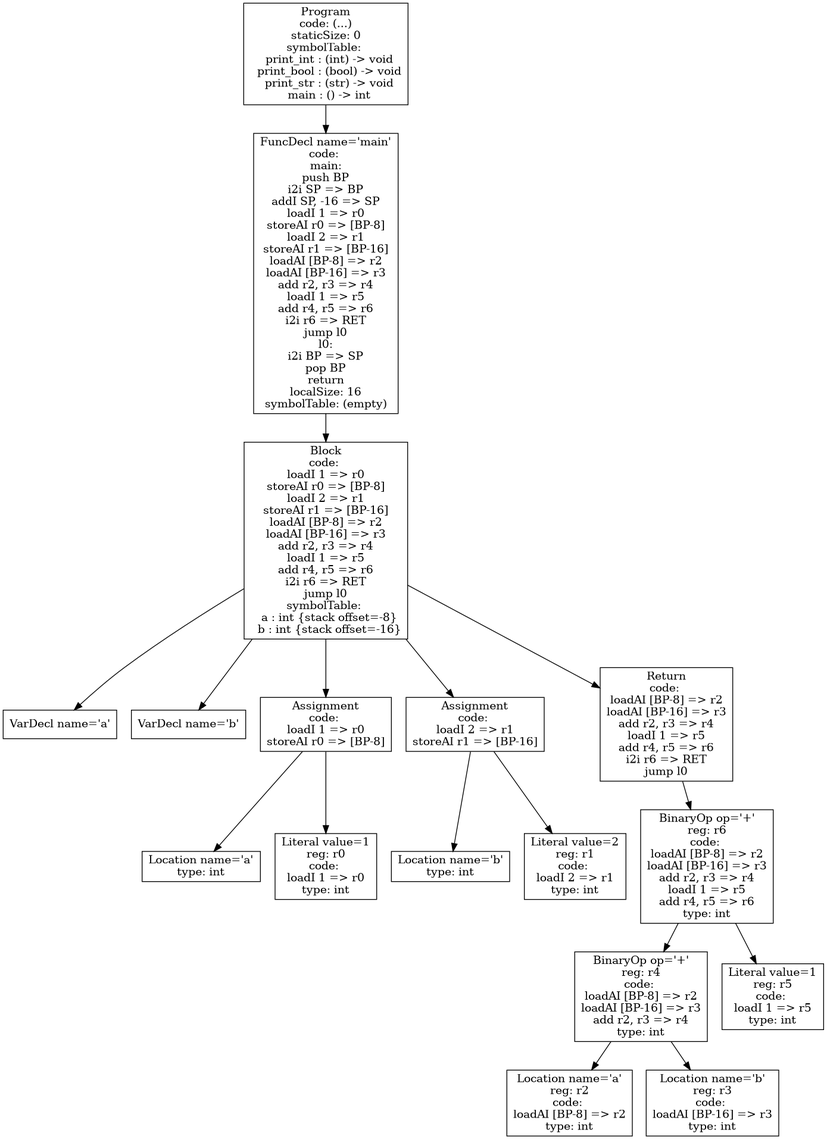
The Graphviz diagram p4-codegen/iloc-tree.png in atrim11/CS432, before a commit. Its source is kept beside it as p4-codegen/iloc-tree.dot.
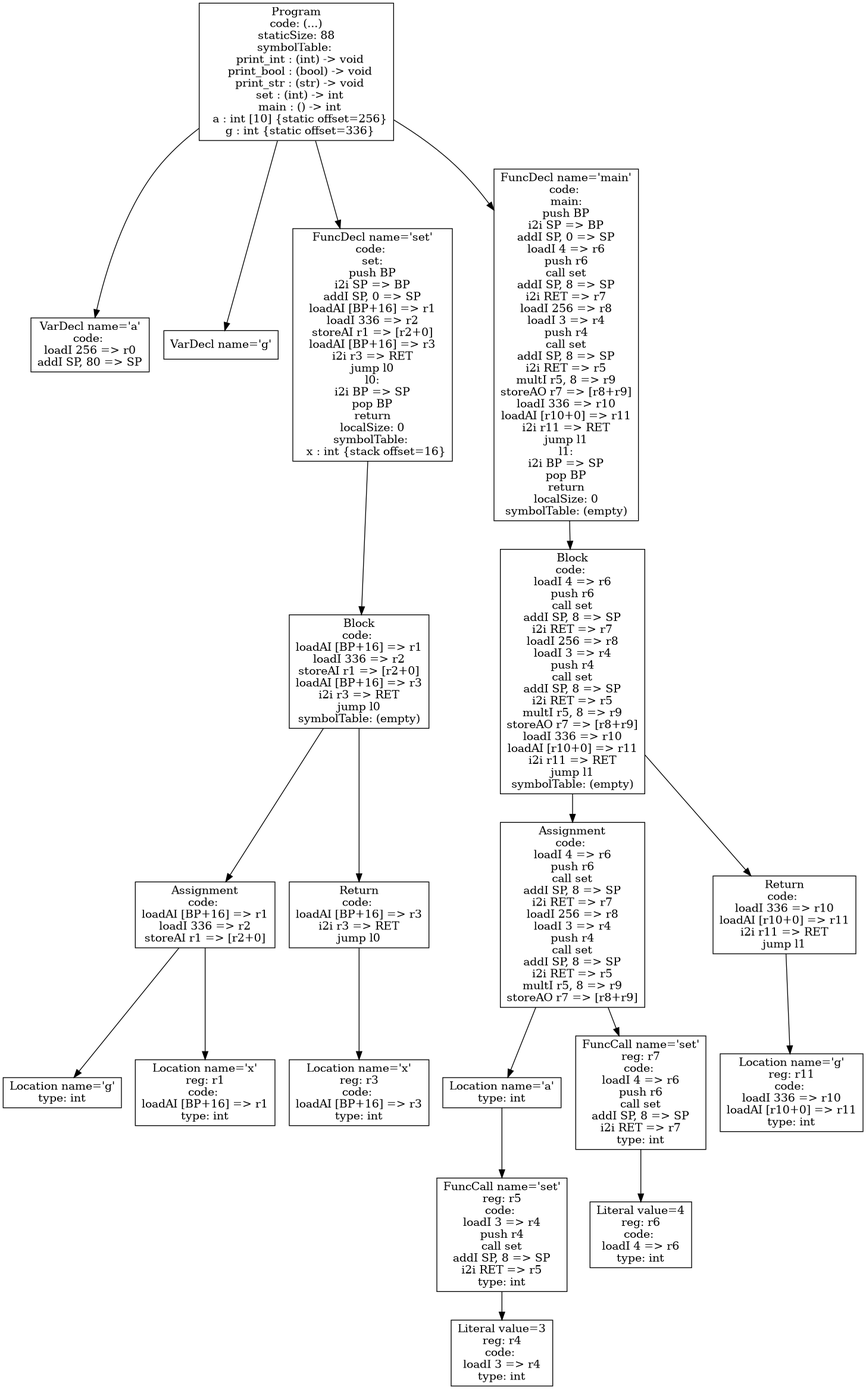
After the change.

Change to the diagram source:
```diff
@@ -1,35 +1,41 @@
 digraph AST {
-3 [shape=box, label="VarDecl name='a'"];
-4 [shape=box, label="VarDecl name='b'"];
-6 [shape=box, label="Location name='a'\ntype: int"];
-7 [shape=box, label="Literal value=1\nreg: r0\ncode: \nloadI 1 => r0\ntype: int"];
-5 [shape=box, label="Assignment\ncode: \nloadI 1 => r0\nstoreAI r0 => [BP-8]"];
+1 [shape=box, label="VarDecl name='a'\ncode: \nloadI 256 => r0\naddI SP, 80 => SP"];
+2 [shape=box, label="VarDecl name='g'"];
+6 [shape=box, label="Location name='g'\ntype: int"];
+7 [shape=box, label="Location name='x'\nreg: r1\ncode: \nloadAI [BP+16] => r1\ntype: int"];
+5 [shape=box, label="Assignment\ncode: \nloadAI [BP+16] => r1\nloadI 336 => r2\nstoreAI r1 => [r2+0]"];
 5 -> 6;
 5 -> 7;
-9 [shape=box, label="Location name='b'\ntype: int"];
-10 [shape=box, label="Literal value=2\nreg: r1\ncode: \nloadI 2 => r1\ntype: int"];
-8 [shape=box, label="Assignment\ncode: \nloadI 2 => r1\nstoreAI r1 => [BP-16]"];
+9 [shape=box, label="Location name='x'\nreg: r3\ncode: \nloadAI [BP+16] => r3\ntype: int"];
+8 [shape=box, label="Return\ncode: \nloadAI [BP+16] => r3\ni2i r3 => RET\njump l0"];
 8 -> 9;
-8 -> 10;
-14 [shape=box, label="Location name='a'\nreg: r2\ncode: \nloadAI [BP-8] => r2\ntype: int"];
-15 [shape=box, label="Location name='b'\nreg: r3\ncode: \nloadAI [BP-16] => r3\ntype: int"];
-13 [shape=box, label="BinaryOp op='+'\nreg: r4\ncode: \nloadAI [BP-8] => r2\nloadAI [BP-16] => r3\nadd r2, r3 => r4\ntype: int"];
+4 [shape=box, label="Block\ncode: \nloadAI [BP+16] => r1\nloadI 336 => r2\nstoreAI r1 => [r2+0]\nloadAI [BP+16] => r3\ni2i r3 => RET\njump l0\nsymbolTable: (empty)"];
+4 -> 5;
+4 -> 8;
+3 [shape=box, label="FuncDecl name='set'\ncode: \nset:\npush BP\ni2i SP => BP\naddI SP, 0 => SP\nloadAI [BP+16] => r1\nloadI 336 => r2\nstoreAI r1 => [r2+0]\nloadAI [BP+16] => r3\ni2i r3 => RET\njump l0\nl0:\ni2i BP => SP\npop BP\nreturn\nlocalSize: 0\nsymbolTable: \n  x : int {stack offset=16}"];
+3 -> 4;
+15 [shape=box, label="Literal value=3\nreg: r4\ncode: \nloadI 3 => r4\ntype: int"];
+14 [shape=box, label="FuncCall name='set'\nreg: r5\ncode: \nloadI 3 => r4\npush r4\ncall set\naddI SP, 8 => SP\ni2i RET => r5\ntype: int"];
+14 -> 15;
+13 [shape=box, label="Location name='a'\ntype: int"];
 13 -> 14;
-13 -> 15;
-16 [shape=box, label="Literal value=1\nreg: r5\ncode: \nloadI 1 => r5\ntype: int"];
-12 [shape=box, label="BinaryOp op='+'\nreg: r6\ncode: \nloadAI [BP-8] => r2\nloadAI [BP-16] => r3\nadd r2, r3 => r4\nloadI 1 => r5\nadd r4, r5 => r6\ntype: int"];
+17 [shape=box, label="Literal value=4\nreg: r6\ncode: \nloadI 4 => r6\ntype: int"];
+16 [shape=box, label="FuncCall name='set'\nreg: r7\ncode: \nloadI 4 => r6\npush r6\ncall set\naddI SP, 8 => SP\ni2i RET => r7\ntype: int"];
+16 -> 17;
+12 [shape=box, label="Assignment\ncode: \nloadI 4 => r6\npush r6\ncall set\naddI SP, 8 => SP\ni2i RET => r7\nloadI 256 => r8\nloadI 3 => r4\npush r4\ncall set\naddI SP, 8 => SP\ni2i RET => r5\nmultI r5, 8 => r9\nstoreAO r7 => [r8+r9]"];
 12 -> 13;
 12 -> 16;
-11 [shape=box, label="Return\ncode: \nloadAI [BP-8] => r2\nloadAI [BP-16] => r3\nadd r2, r3 => r4\nloadI 1 => r5\nadd r4, r5 => r6\ni2i r6 => RET\njump l0"];
+19 [shape=box, label="Location name='g'\nreg: r11\ncode: \nloadI 336 => r10\nloadAI [r10+0] => r11\ntype: int"];
+18 [shape=box, label="Return\ncode: \nloadI 336 => r10\nloadAI [r10+0] => r11\ni2i r11 => RET\njump l1"];
+18 -> 19;
+11 [shape=box, label="Block\ncode: \nloadI 4 => r6\npush r6\ncall set\naddI SP, 8 => SP\ni2i RET => r7\nloadI 256 => r8\nloadI 3 => r4\npush r4\ncall set\naddI SP, 8 => SP\ni2i RET => r5\nmultI r5, 8 => r9\nstoreAO r7 => [r8+r9]\nloadI 336 => r10\nloadAI [r10+0] => r11\ni2i r11 => RET\njump l1\nsymbolTable: (empty)"];
 11 -> 12;
-2 [shape=box, label="Block\ncode: \nloadI 1 => r0\nstoreAI r0 => [BP-8]\nloadI 2 => r1\nstoreAI r1 => [BP-16]\nloadAI [BP-8] => r2\nloadAI [BP-16] => r3\nadd r2, r3 => r4\nloadI 1 => r5\nadd r4, r5 => r6\ni2i r6 => RET\njump l0\nsymbolTable: \n  a : int {stack offset=-8}\n  b : int {stack offset=-16}"];
-2 -> 3;
-2 -> 4;
-2 -> 5;
-2 -> 8;
-2 -> 11;
-1 [shape=box, label="FuncDecl name='main'\ncode: \nmain:\npush BP\ni2i SP => BP\naddI SP, -16 => SP\nloadI 1 => r0\nstoreAI r0 => [BP-8]\nloadI 2 => r1\nstoreAI r1 => [BP-16]\nloadAI [BP-8] => r2\nloadAI [BP-16] => r3\nadd r2, r3 => r4\nloadI 1 => r5\nadd r4, r5 => r6\ni2i r6 => RET\njump l0\nl0:\ni2i BP => SP\npop BP\nreturn\nlocalSize: 16\nsymbolTable: (empty)"];
-1 -> 2;
-0 [shape=box, label="Program\ncode: (...)\nstaticSize: 0\nsymbolTable: \n  print_int : (int) -> void\n  print_bool : (bool) -> void\n  print_str : (str) -> void\n  main : () -> int"];
+11 -> 18;
+10 [shape=box, label="FuncDecl name='main'\ncode: \nmain:\npush BP\ni2i SP => BP\naddI SP, 0 => SP\nloadI 4 => r6\npush r6\ncall set\naddI SP, 8 => SP\ni2i RET => r7\nloadI 256 => r8\nloadI 3 => r4\npush r4\ncall set\naddI SP, 8 => SP\ni2i RET => r5\nmultI r5, 8 => r9\nstoreAO r7 => [r8+r9]\nloadI 336 => r10\nloadAI [r10+0] => r11\ni2i r11 => RET\njump l1\nl1:\ni2i BP => SP\npop BP\nreturn\nlocalSize: 0\nsymbolTable: (empty)"];
+10 -> 11;
+0 [shape=box, label="Program\ncode: (...)\nstaticSize: 88\nsymbolTable: \n  print_int : (int) -> void\n  print_bool : (bool) -> void\n  print_str : (str) -> void\n  set : (int) -> int\n  main : () -> int\n  a : int [10] {static offset=256}\n  g : int {static offset=336}"];
 0 -> 1;
+0 -> 2;
+0 -> 3;
+0 -> 10;
 }
```
